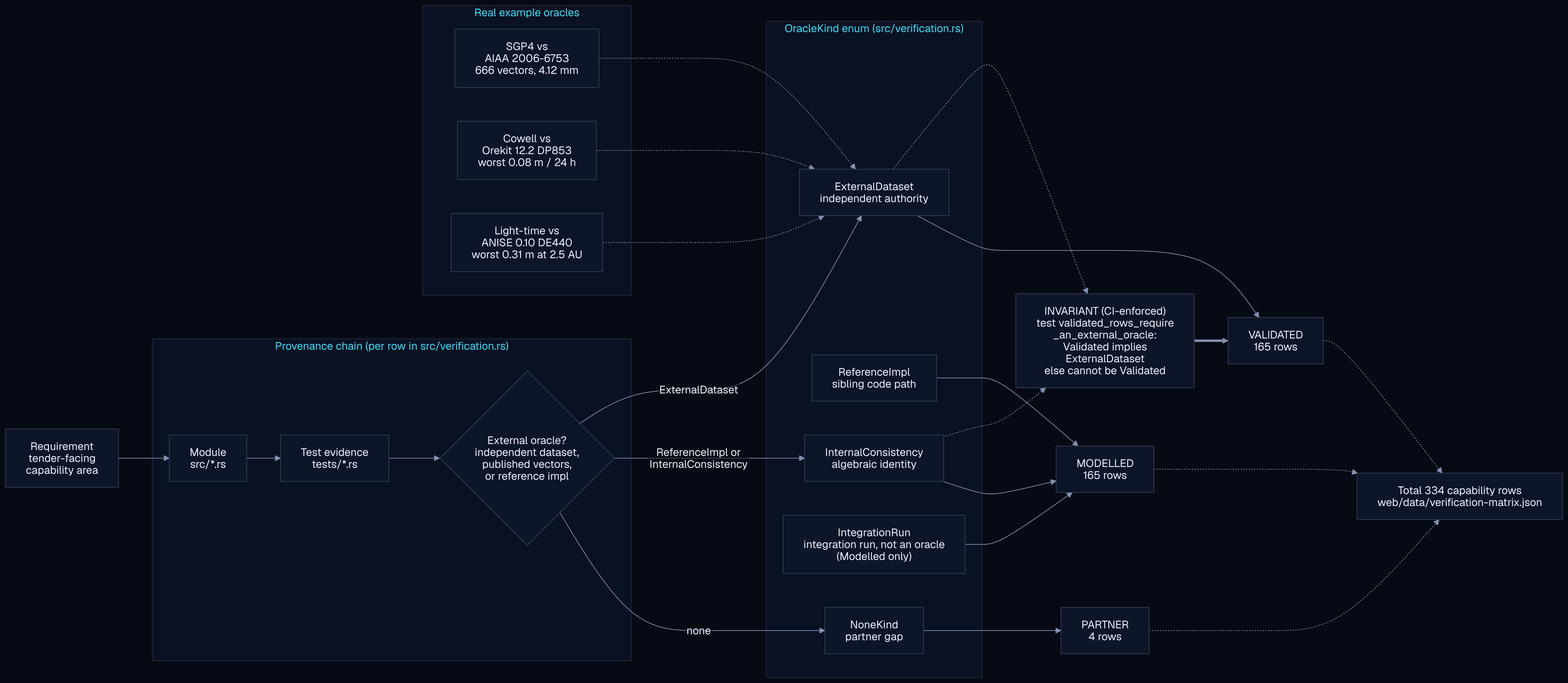
Earlier version of the Mermaid export docs/assets/diagrams/validation-provenance.png (ashfordeOU/kshana). Its source is kept beside it as docs/diagrams/validation-provenance.mmd.
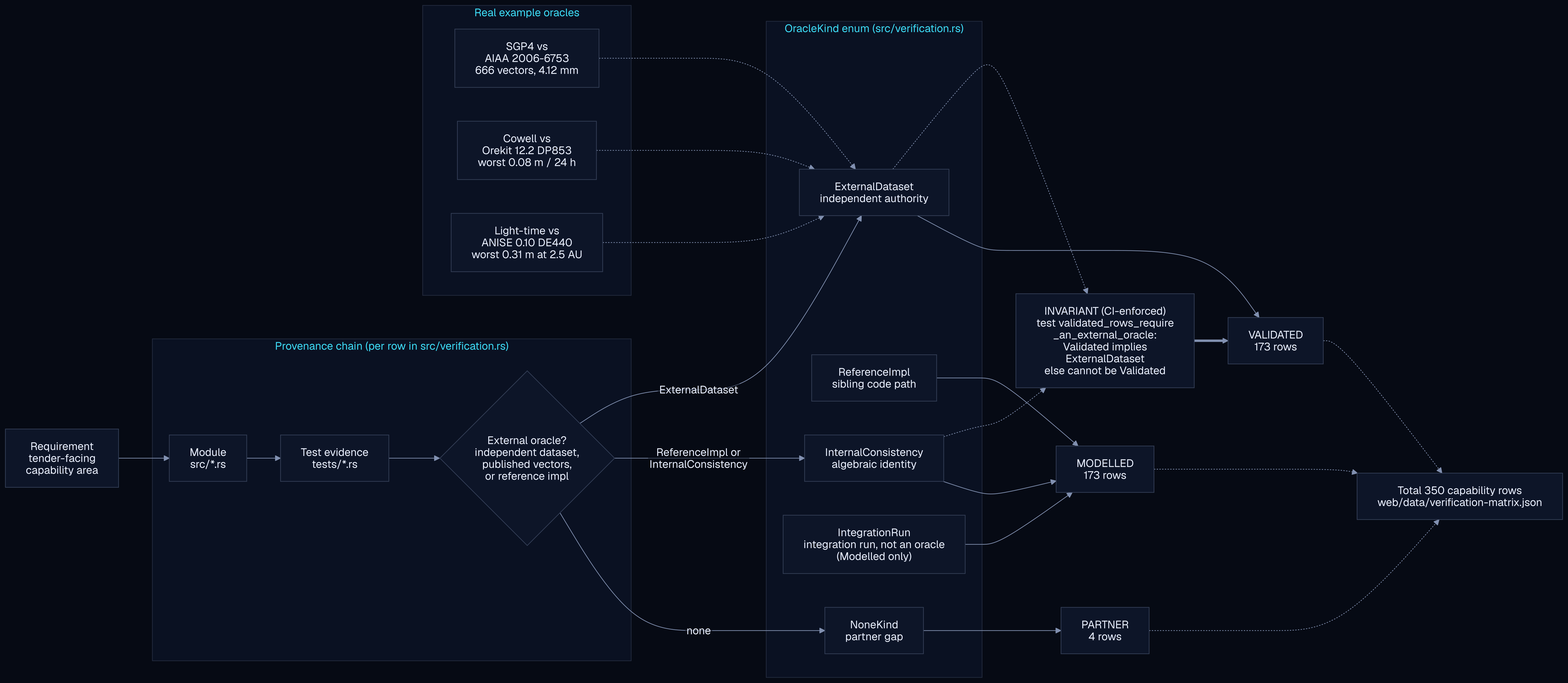
After the commit.

The edit, as a diff of the source:
```diff
@@ -27,8 +27,8 @@
     EXT -.-> GUARD
     INT -.-> GUARD
 
-    EXT --> VAL["VALIDATED<br/>165 rows"]
-    REF --> MDL["MODELLED<br/>165 rows"]
+    EXT --> VAL["VALIDATED<br/>173 rows"]
+    REF --> MDL["MODELLED<br/>173 rows"]
     INT --> MDL
     IRN --> MDL
     NON --> PRT["PARTNER<br/>4 rows"]
@@ -45,7 +45,7 @@
     E2 -.-> EXT
     E3 -.-> EXT
 
-    TOTAL["Total 334 capability rows<br/>web/data/verification-matrix.json"]
+    TOTAL["Total 350 capability rows<br/>web/data/verification-matrix.json"]
     VAL -.-> TOTAL
     MDL -.-> TOTAL
     PRT -.-> TOTAL
```
